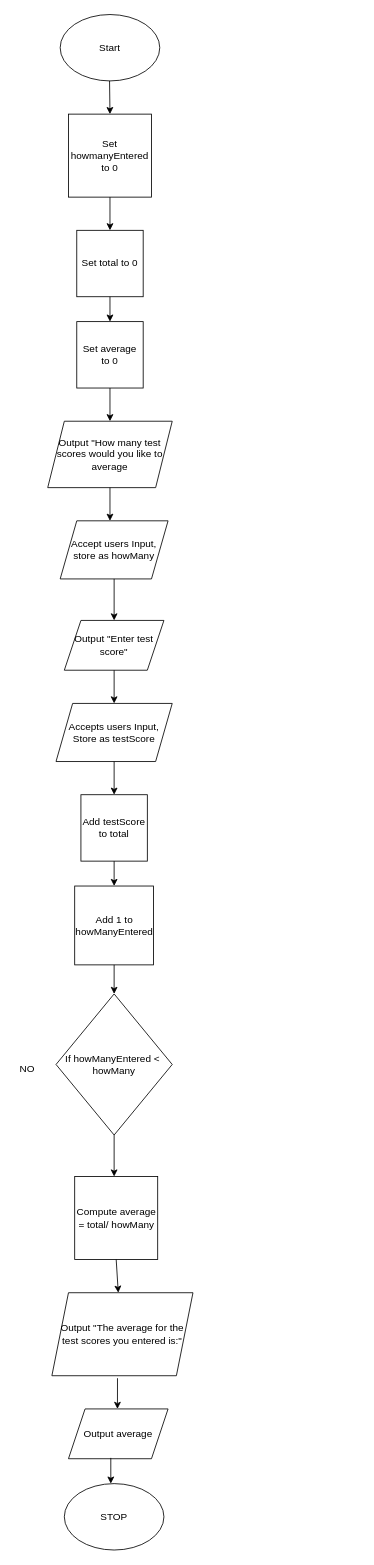
Earlier version of the draw.io diagram Untitled Diagram.drawio (tcorcoran19/CS-104-01). Source tidied: cells renumbered, new cells numbered last; positions are measured from the earlier drawing's top-left corner, leaving out a move shared by most shapes. Both pictures are drawn from the tidied source at 83%, with x=0, y=0 at pixel (14, 14).
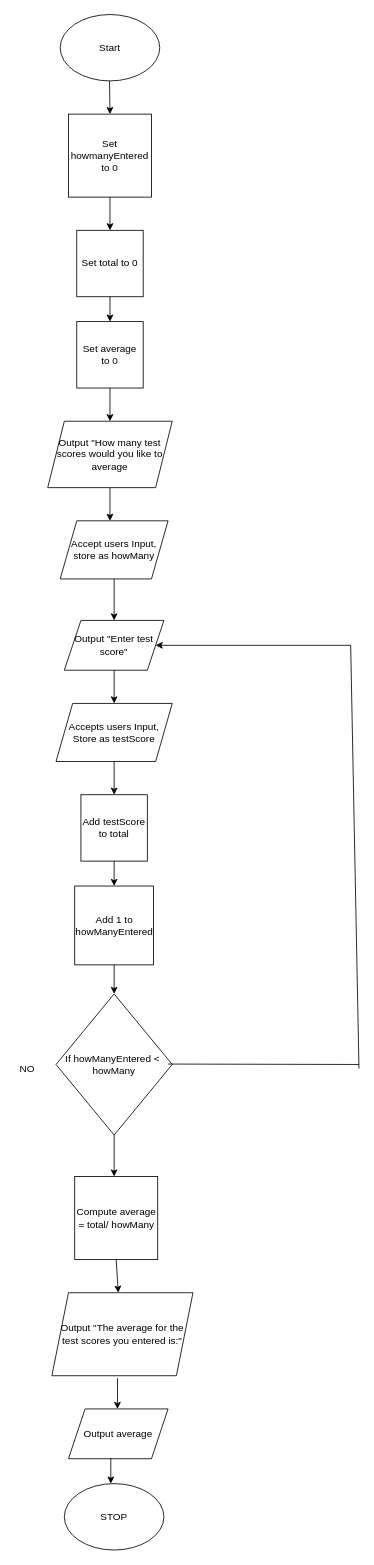
Above is the later version.

The change refers to these unchanged cells:
```xml
<mxCell id="14" value="Output &quot;Enter test score&quot;" style="shape=parallelogram;perimeter=parallelogramPerimeter;whiteSpace=wrap;html=1;fixedSize=1;" parent="1" vertex="1">
  <mxGeometry x="60" y="730" width="120" height="60" as="geometry" />
</mxCell>
```

The edit, as a diff of the source:
```diff
@@
+    <mxCell id="32" style="endArrow=none;html=1;" parent="1" edge="1">
+      <mxGeometry relative="1" as="geometry">
+        <mxPoint x="185" y="1264.5" as="sourcePoint" />
+        <mxPoint x="415" y="1265" as="targetPoint" />
+      </mxGeometry>
+    </mxCell>
+    <mxCell id="33" style="endArrow=none;html=1;" parent="1" edge="1">
+      <mxGeometry relative="1" as="geometry">
+        <mxPoint x="415" y="1270" as="sourcePoint" />
+        <mxPoint x="405" y="760" as="targetPoint" />
+      </mxGeometry>
+    </mxCell>
+    <mxCell id="34" style="endArrow=classic;html=1;entryX=1;entryY=0.5;entryDx=0;entryDy=0;" parent="1" edge="1" target="14">
+      <mxGeometry relative="1" as="geometry">
+        <mxPoint x="405" y="760" as="sourcePoint" />
+      </mxGeometry>
+    </mxCell>
```
